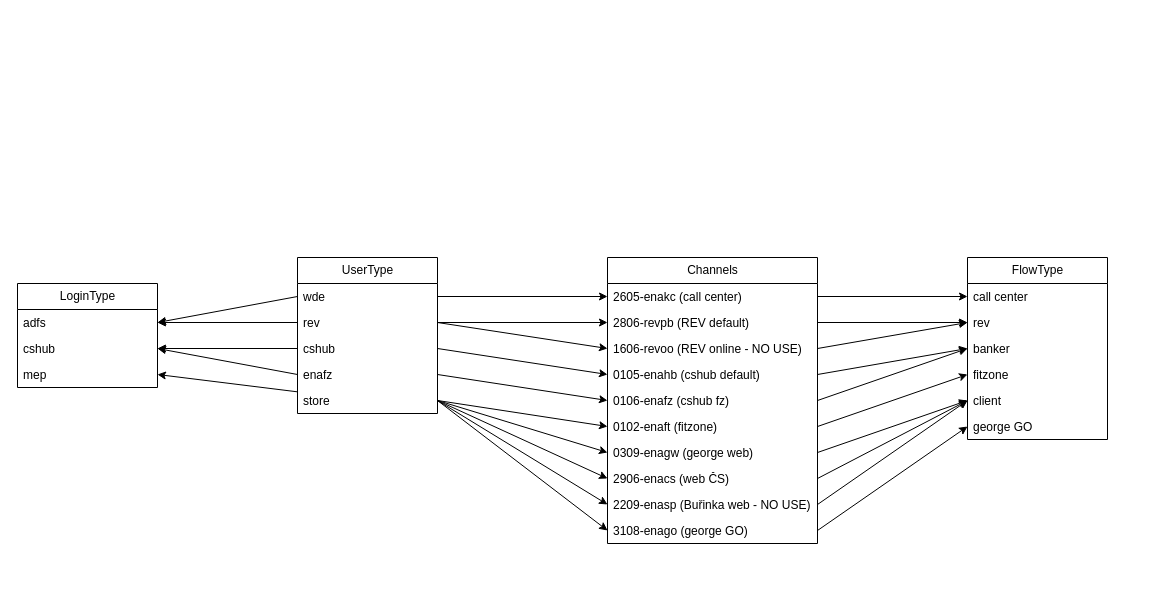
This is ENA_model.drawio from ondrejtuma-ext43301/diagrams, a draw.io file, before an edit. Source tidied: cells renumbered, new cells numbered last; positions are measured from the earlier drawing's top-left corner, leaving out a move shared by most shapes. Both pictures are drawn from the tidied source at 100%, with x=0, y=0 at pixel (17, 257).
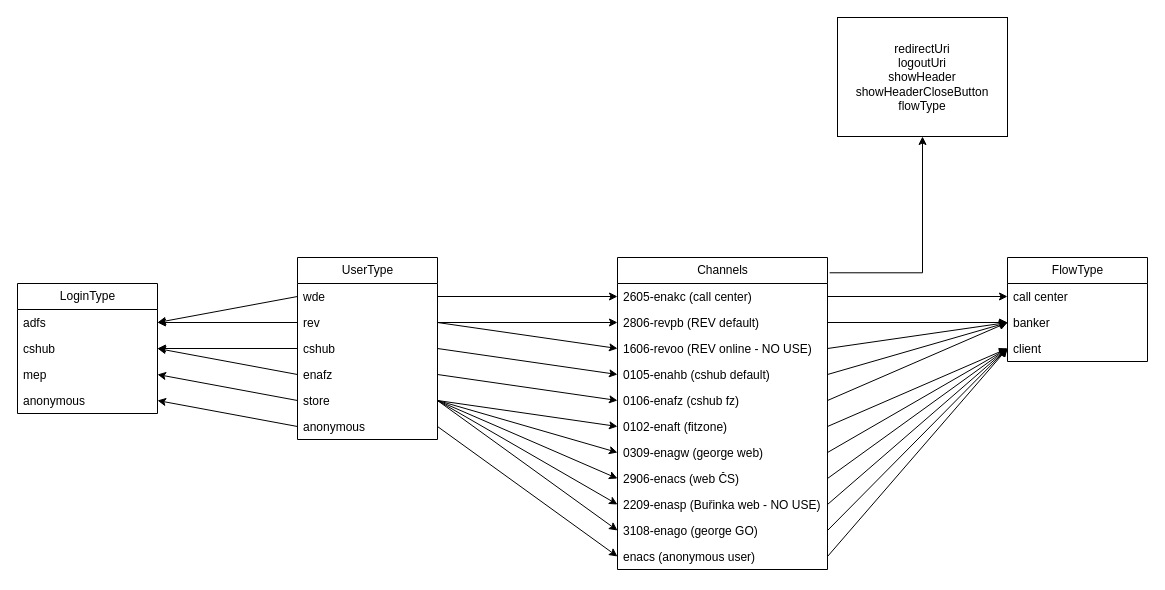
Above is the later version.

Commit message:
chore(model): add anonymous user and add channel config in favor of simplifying flow types

The change refers to these unchanged cells:
```xml
<mxCell id="7" value="store" style="text;strokeColor=none;fillColor=none;align=left;verticalAlign=top;spacingLeft=4;spacingRight=4;overflow=hidden;points=[[0,0.5],[1,0.5]];portConstraint=eastwest;whiteSpace=wrap;html=1;" parent="2" vertex="1">
  <mxGeometry y="130" width="140" height="26" as="geometry" />
</mxCell>
<mxCell id="11" value="mep" style="text;strokeColor=none;fillColor=none;align=left;verticalAlign=top;spacingLeft=4;spacingRight=4;overflow=hidden;points=[[0,0.5],[1,0.5]];portConstraint=eastwest;whiteSpace=wrap;html=1;" parent="8" vertex="1">
  <mxGeometry y="78" width="140" height="26" as="geometry" />
</mxCell>
<mxCell id="14" value="2806-revpb (REV default)" style="text;strokeColor=none;fillColor=none;align=left;verticalAlign=top;spacingLeft=4;spacingRight=4;overflow=hidden;points=[[0,0.5],[1,0.5]];portConstraint=eastwest;whiteSpace=wrap;html=1;" parent="12" vertex="1">
  <mxGeometry y="52" width="210" height="26" as="geometry" />
</mxCell>
<mxCell id="15" value="1606-revoo (REV online - NO USE)" style="text;strokeColor=none;fillColor=none;align=left;verticalAlign=top;spacingLeft=4;spacingRight=4;overflow=hidden;points=[[0,0.5],[1,0.5]];portConstraint=eastwest;whiteSpace=wrap;html=1;" parent="12" vertex="1">
  <mxGeometry y="78" width="210" height="26" as="geometry" />
</mxCell>
<mxCell id="18" value="0102-enaft (fitzone)" style="text;strokeColor=none;fillColor=none;align=left;verticalAlign=top;spacingLeft=4;spacingRight=4;overflow=hidden;points=[[0,0.5],[1,0.5]];portConstraint=eastwest;whiteSpace=wrap;html=1;" parent="12" vertex="1">
  <mxGeometry y="156" width="210" height="26" as="geometry" />
</mxCell>
<mxCell id="22" value="3108-enago (george GO)" style="text;strokeColor=none;fillColor=none;align=left;verticalAlign=top;spacingLeft=4;spacingRight=4;overflow=hidden;points=[[0,0.5],[1,0.5]];portConstraint=eastwest;whiteSpace=wrap;html=1;" parent="12" vertex="1">
  <mxGeometry y="260" width="210" height="26" as="geometry" />
</mxCell>
```

Diff of the diagram source:
```diff
@@
     <mxCell id="2" value="UserType" style="swimlane;fontStyle=0;horizontal=1;startSize=26;fillColor=none;html=1;" parent="1" vertex="1">
-      <mxGeometry x="280" width="140" height="156" as="geometry" />
+      <mxGeometry x="280" width="140" height="182" as="geometry" />
     </mxCell>
@@
+    <mxCell id="55" value="anonymous" style="text;strokeColor=none;fillColor=none;align=left;verticalAlign=top;spacingLeft=4;spacingRight=4;overflow=hidden;points=[[0,0.5],[1,0.5]];portConstraint=eastwest;whiteSpace=wrap;html=1;" parent="2" vertex="1">
+      <mxGeometry y="156" width="140" height="26" as="geometry" />
+    </mxCell>
     <mxCell id="8" value="LoginType" style="swimlane;fontStyle=0;horizontal=1;startSize=26;fillColor=none;html=1;" parent="1" vertex="1">
-      <mxGeometry y="26" width="140" height="104" as="geometry" />
+      <mxGeometry y="26" width="140" height="130" as="geometry" />
     </mxCell>
@@
+    <mxCell id="56" value="anonymous" style="text;strokeColor=none;fillColor=none;align=left;verticalAlign=top;spacingLeft=4;spacingRight=4;overflow=hidden;points=[[0,0.5],[1,0.5]];portConstraint=eastwest;whiteSpace=wrap;html=1;" parent="8" vertex="1">
+      <mxGeometry y="104" width="140" height="26" as="geometry" />
+    </mxCell>
     <mxCell id="12" value="Channels" style="swimlane;fontStyle=0;horizontal=1;startSize=26;fillColor=none;html=1;" parent="1" vertex="1">
-      <mxGeometry x="590" width="210" height="286" as="geometry" />
+      <mxGeometry x="600" width="210" height="312" as="geometry" />
     </mxCell>
@@
+    <mxCell id="57" value="enacs (anonymous user)" style="text;strokeColor=none;fillColor=none;align=left;verticalAlign=top;spacingLeft=4;spacingRight=4;overflow=hidden;points=[[0,0.5],[1,0.5]];portConstraint=eastwest;whiteSpace=wrap;html=1;" parent="12" vertex="1">
+      <mxGeometry y="286" width="210" height="26" as="geometry" />
+    </mxCell>
+    <mxCell id="58" style="edgeStyle=orthogonalEdgeStyle;rounded=0;jettySize=auto;html=1;exitX=1.01;exitY=0.049;exitDx=0;exitDy=0;exitPerimeter=0;" parent="1" edge="1" source="12" target="59">
+      <mxGeometry relative="1" as="geometry" />
+    </mxCell>
     <mxCell id="23" value="FlowType" style="swimlane;fontStyle=0;horizontal=1;startSize=26;fillColor=none;html=1;" parent="1" vertex="1">
-      <mxGeometry x="950" width="140" height="182" as="geometry" />
+      <mxGeometry x="990" width="140" height="104" as="geometry" />
     </mxCell>
@@
-    <mxCell id="25" value="rev" style="text;strokeColor=none;fillColor=none;align=left;verticalAlign=top;spacingLeft=4;spacingRight=4;overflow=hidden;points=[[0,0.5],[1,0.5]];portConstraint=eastwest;whiteSpace=wrap;html=1;" parent="23" vertex="1">
-      <mxGeometry y="52" width="140" height="26" as="geometry" />
-    </mxCell>
     <mxCell id="26" value="banker" style="text;strokeColor=none;fillColor=none;align=left;verticalAlign=top;spacingLeft=4;spacingRight=4;overflow=hidden;points=[[0,0.5],[1,0.5]];portConstraint=eastwest;whiteSpace=wrap;html=1;" parent="23" vertex="1">
-      <mxGeometry y="78" width="140" height="26" as="geometry" />
+      <mxGeometry y="52" width="140" height="26" as="geometry" />
     </mxCell>
-    <mxCell id="27" value="fitzone" style="text;strokeColor=none;fillColor=none;align=left;verticalAlign=top;spacingLeft=4;spacingRight=4;overflow=hidden;points=[[0,0.5],[1,0.5]];portConstraint=eastwest;whiteSpace=wrap;html=1;" parent="23" vertex="1">
-      <mxGeometry y="104" width="140" height="26" as="geometry" />
-    </mxCell>
     <mxCell id="28" value="client" style="text;strokeColor=none;fillColor=none;align=left;verticalAlign=top;spacingLeft=4;spacingRight=4;overflow=hidden;points=[[0,0.5],[1,0.5]];portConstraint=eastwest;whiteSpace=wrap;html=1;" parent="23" vertex="1">
-      <mxGeometry y="130" width="140" height="26" as="geometry" />
+      <mxGeometry y="78" width="140" height="26" as="geometry" />
     </mxCell>
-    <mxCell id="29" value="george GO" style="text;strokeColor=none;fillColor=none;align=left;verticalAlign=top;spacingLeft=4;spacingRight=4;overflow=hidden;points=[[0,0.5],[1,0.5]];portConstraint=eastwest;whiteSpace=wrap;html=1;" parent="23" vertex="1">
-      <mxGeometry y="156" width="140" height="26" as="geometry" />
-    </mxCell>
-    <mxCell id="30" style="endArrow=classic;html=1;rounded=0;entryX=0;entryY=0.5;entryDx=0;entryDy=0;exitX=1;exitY=0.5;exitDx=0;exitDy=0;" parent="1" edge="1" source="18" target="27">
+    <mxCell id="30" style="endArrow=classic;html=1;rounded=0;entryX=0;entryY=0.5;entryDx=0;entryDy=0;exitX=1;exitY=0.5;exitDx=0;exitDy=0;" parent="1" edge="1" source="18" target="28">
       <mxGeometry relative="1" as="geometry" />
     </mxCell>
-    <mxCell id="31" style="endArrow=classic;html=1;rounded=0;entryX=1;entryY=0.5;entryDx=0;entryDy=0;" parent="1" edge="1" source="7" target="11">
+    <mxCell id="31" style="endArrow=classic;html=1;rounded=0;entryX=1;entryY=0.5;entryDx=0;entryDy=0;exitX=0;exitY=0.5;exitDx=0;exitDy=0;" parent="1" edge="1" source="7" target="11">
       <mxGeometry relative="1" as="geometry" />
     </mxCell>
@@
-    <mxCell id="33" style="endArrow=classic;html=1;rounded=0;exitX=1;exitY=0.5;exitDx=0;exitDy=0;entryX=0;entryY=0.5;entryDx=0;entryDy=0;" parent="1" edge="1" source="22" target="29">
+    <mxCell id="33" style="endArrow=classic;html=1;rounded=0;exitX=1;exitY=0.5;exitDx=0;exitDy=0;entryX=0;entryY=0.5;entryDx=0;entryDy=0;" parent="1" edge="1" source="22" target="28">
       <mxGeometry relative="1" as="geometry" />
     </mxCell>
@@
-    <mxCell id="36" style="endArrow=classic;html=1;rounded=0;entryX=0;entryY=0.5;entryDx=0;entryDy=0;exitX=1;exitY=0.5;exitDx=0;exitDy=0;" parent="1" edge="1" source="14" target="25">
+    <mxCell id="36" style="endArrow=classic;html=1;rounded=0;entryX=0;entryY=0.5;entryDx=0;entryDy=0;exitX=1;exitY=0.5;exitDx=0;exitDy=0;" parent="1" edge="1" source="14" target="26">
       <mxGeometry relative="1" as="geometry" />
     </mxCell>
@@
-    <mxCell id="49" style="endArrow=classic;html=1;rounded=0;entryX=0;entryY=0.5;entryDx=0;entryDy=0;exitX=1;exitY=0.5;exitDx=0;exitDy=0;" parent="1" edge="1" source="15" target="25">
+    <mxCell id="49" style="endArrow=classic;html=1;rounded=0;entryX=0;entryY=0.5;entryDx=0;entryDy=0;exitX=1;exitY=0.5;exitDx=0;exitDy=0;" parent="1" edge="1" source="15" target="26">
       <mxGeometry relative="1" as="geometry" />
     </mxCell>
@@
+    <mxCell id="59" value="redirectUri&lt;br&gt;logoutUri&lt;br&gt;showHeader&lt;br&gt;showHeaderCloseButton&lt;br&gt;flowType" style="whiteSpace=wrap;html=1;fillColor=none;fontStyle=0;startSize=26;" parent="1" vertex="1">
+      <mxGeometry x="820" y="-240" width="170" height="119" as="geometry" />
+    </mxCell>
+    <mxCell id="60" style="endArrow=classic;html=1;rounded=0;entryX=1;entryY=0.5;entryDx=0;entryDy=0;exitX=0;exitY=0.5;exitDx=0;exitDy=0;" parent="1" edge="1" source="55" target="56">
+      <mxGeometry relative="1" as="geometry" />
+    </mxCell>
+    <mxCell id="61" style="endArrow=classic;html=1;rounded=0;entryX=0;entryY=0.5;entryDx=0;entryDy=0;exitX=1;exitY=0.5;exitDx=0;exitDy=0;" parent="1" edge="1" source="55" target="57">
+      <mxGeometry relative="1" as="geometry" />
+    </mxCell>
+    <mxCell id="62" style="endArrow=classic;html=1;rounded=0;entryX=0;entryY=0.5;entryDx=0;entryDy=0;exitX=1;exitY=0.5;exitDx=0;exitDy=0;" parent="1" edge="1" source="57" target="28">
+      <mxGeometry relative="1" as="geometry" />
+    </mxCell>
```
